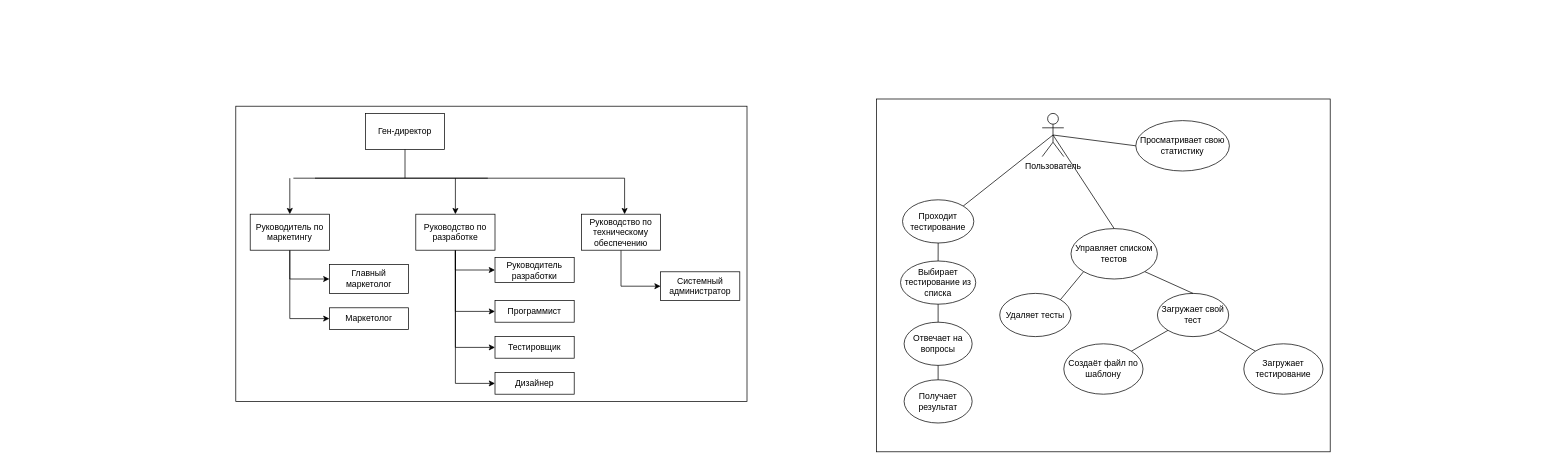
Before: Шумов В Отчёт/Диаграммы.drawio in VladKristoff/UP11, a draw.io diagram. Source tidied: cells renumbered, new cells numbered last; positions are measured from the earlier drawing's top-left corner, leaving out a move shared by most shapes. Both pictures are drawn from the tidied source at 72%, with x=0, y=0 at pixel (235, 99).
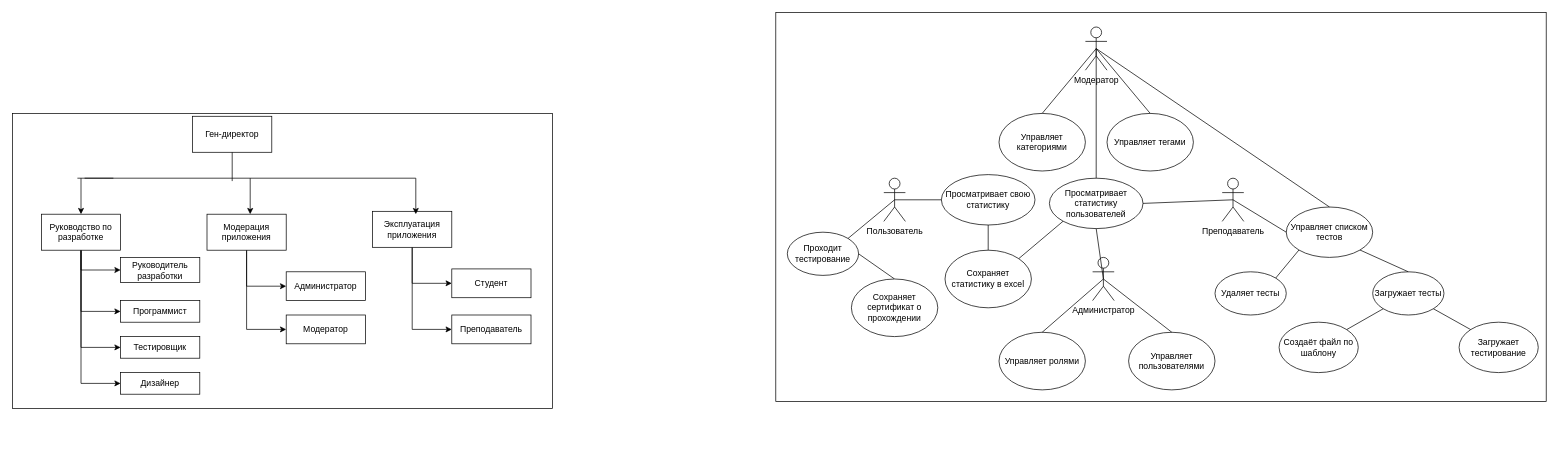
The same page after the edit.

The edit, as a diff of the source:
```diff
@@
-    <mxCell id="2" style="rounded=0;whiteSpace=wrap;html=1;" parent="1" vertex="1">
-      <mxGeometry x="890" width="630" height="490" as="geometry" />
-    </mxCell>
+    <mxCell id="49" style="rounded=0;whiteSpace=wrap;html=1;" parent="1" vertex="1">
+      <mxGeometry x="750" y="-120" width="1070" height="540" as="geometry" />
+    </mxCell>
     <mxCell id="3" style="rounded=0;whiteSpace=wrap;html=1;" parent="1" vertex="1">
-      <mxGeometry y="10" width="710" height="410" as="geometry" />
+      <mxGeometry x="-310" y="20" width="750" height="410" as="geometry" />
     </mxCell>
     <mxCell id="4" value="Ген-директор" style="html=1;whiteSpace=wrap;" parent="1" vertex="1">
-      <mxGeometry x="180" y="20" width="110" height="50" as="geometry" />
+      <mxGeometry x="-60" y="24" width="110" height="50" as="geometry" />
     </mxCell>
@@
     <mxCell id="9" value="Руководство по разработке" style="html=1;whiteSpace=wrap;" parent="1" vertex="1">
-      <mxGeometry x="250" y="160" width="110" height="50" as="geometry" />
+      <mxGeometry x="-270" y="160" width="110" height="50" as="geometry" />
     </mxCell>
     <mxCell id="10" value="Программист" style="html=1;whiteSpace=wrap;" parent="1" vertex="1">
-      <mxGeometry x="360" y="280" width="110" height="30" as="geometry" />
+      <mxGeometry x="-160" y="280" width="110" height="30" as="geometry" />
     </mxCell>
     <mxCell id="11" value="Дизайнер" style="html=1;whiteSpace=wrap;" parent="1" vertex="1">
-      <mxGeometry x="360" y="380" width="110" height="30" as="geometry" />
+      <mxGeometry x="-160" y="380" width="110" height="30" as="geometry" />
     </mxCell>
     <mxCell id="12" value="Тестировщик" style="html=1;whiteSpace=wrap;" parent="1" vertex="1">
-      <mxGeometry x="360" y="330" width="110" height="30" as="geometry" />
+      <mxGeometry x="-160" y="330" width="110" height="30" as="geometry" />
     </mxCell>
     <mxCell id="13" style="endArrow=none;html=1;rounded=0;entryX=0.5;entryY=1;entryDx=0;entryDy=0;" parent="1" edge="1" target="4">
       <mxGeometry relative="1" as="geometry">
-        <mxPoint x="235" y="110" as="sourcePoint" />
+        <mxPoint x="-5" y="114" as="sourcePoint" />
       </mxGeometry>
     </mxCell>
     <mxCell id="14" style="endArrow=none;html=1;rounded=0;" parent="1" edge="1">
       <mxGeometry relative="1" as="geometry">
-        <mxPoint x="110" y="110" as="sourcePoint" />
-        <mxPoint x="350" y="110" as="targetPoint" />
+        <mxPoint x="-210" y="110" as="sourcePoint" />
+        <mxPoint x="-170" y="110" as="targetPoint" />
       </mxGeometry>
     </mxCell>
     <mxCell id="15" style="endArrow=none;html=1;rounded=0;" parent="1" edge="1">
       <mxGeometry relative="1" as="geometry">
-        <mxPoint x="80" y="110" as="sourcePoint" />
-        <mxPoint x="540" y="110" as="targetPoint" />
+        <mxPoint x="-220" y="110" as="sourcePoint" />
+        <mxPoint x="250" y="110" as="targetPoint" />
       </mxGeometry>
     </mxCell>
     <mxCell id="16" style="endArrow=classic;html=1;rounded=0;entryX=0.5;entryY=0;entryDx=0;entryDy=0;" parent="1" edge="1" target="9">
       <mxGeometry relative="1" as="geometry">
-        <mxPoint x="305" y="110" as="sourcePoint" />
+        <mxPoint x="-215" y="110" as="sourcePoint" />
       </mxGeometry>
     </mxCell>
-    <mxCell id="17" style="edgeStyle=orthogonalEdgeStyle;rounded=0;jettySize=auto;html=1;entryX=0;entryY=0.5;entryDx=0;entryDy=0;" parent="1" edge="1" source="19" target="20">
-      <mxGeometry relative="1" as="geometry" />
-    </mxCell>
-    <mxCell id="18" style="edgeStyle=orthogonalEdgeStyle;rounded=0;jettySize=auto;html=1;entryX=0;entryY=0.5;entryDx=0;entryDy=0;" parent="1" edge="1" source="19" target="21">
-      <mxGeometry relative="1" as="geometry" />
-    </mxCell>
-    <mxCell id="19" value="Руководитель по маркетингу" style="html=1;whiteSpace=wrap;" parent="1" vertex="1">
-      <mxGeometry x="20" y="160" width="110" height="50" as="geometry" />
-    </mxCell>
-    <mxCell id="20" value="Главный маркетолог" style="html=1;whiteSpace=wrap;" parent="1" vertex="1">
-      <mxGeometry x="130" y="230" width="110" height="40" as="geometry" />
-    </mxCell>
-    <mxCell id="21" value="Маркетолог" style="html=1;whiteSpace=wrap;" parent="1" vertex="1">
-      <mxGeometry x="130" y="290" width="110" height="30" as="geometry" />
-    </mxCell>
-    <mxCell id="22" style="endArrow=classic;html=1;rounded=0;entryX=0.5;entryY=0;entryDx=0;entryDy=0;" parent="1" edge="1" target="19">
-      <mxGeometry relative="1" as="geometry">
-        <mxPoint x="75" y="110" as="sourcePoint" />
-      </mxGeometry>
-    </mxCell>
@@
+    <mxCell id="50" style="edgeStyle=orthogonalEdgeStyle;rounded=0;jettySize=auto;html=1;entryX=0;entryY=0.5;entryDx=0;entryDy=0;" parent="1" edge="1" source="24" target="72">
+      <mxGeometry relative="1" as="geometry" />
+    </mxCell>
-    <mxCell id="24" value="Руководство по техническому обеспечению" style="html=1;whiteSpace=wrap;" parent="1" vertex="1">
-      <mxGeometry x="480" y="160" width="110" height="50" as="geometry" />
+    <mxCell id="24" value="Модерация приложения" style="html=1;whiteSpace=wrap;" parent="1" vertex="1">
+      <mxGeometry x="-40" y="160" width="110" height="50" as="geometry" />
     </mxCell>
     <mxCell id="25" style="endArrow=classic;html=1;rounded=0;entryX=0.5;entryY=0;entryDx=0;entryDy=0;" parent="1" edge="1">
       <mxGeometry relative="1" as="geometry">
-        <mxPoint x="540" y="110" as="sourcePoint" />
-        <mxPoint x="540" y="160" as="targetPoint" />
+        <mxPoint x="20" y="110" as="sourcePoint" />
+        <mxPoint x="20" y="160" as="targetPoint" />
       </mxGeometry>
     </mxCell>
-    <mxCell id="26" value="Системный администратор" style="html=1;whiteSpace=wrap;" parent="1" vertex="1">
-      <mxGeometry x="590" y="240" width="110" height="40" as="geometry" />
+    <mxCell id="26" value="Администратор" style="html=1;whiteSpace=wrap;" parent="1" vertex="1">
+      <mxGeometry x="70" y="240" width="110" height="40" as="geometry" />
     </mxCell>
     <mxCell id="27" value="Пользователь" style="shape=umlActor;verticalLabelPosition=bottom;verticalAlign=top;html=1;outlineConnect=0;" parent="1" vertex="1">
-      <mxGeometry x="1120" y="20" width="30" height="60" as="geometry" />
+      <mxGeometry x="900" y="110" width="30" height="60" as="geometry" />
     </mxCell>
     <mxCell id="28" value="Проходит тестирование" style="ellipse;whiteSpace=wrap;html=1;" parent="1" vertex="1">
-      <mxGeometry x="926" y="140" width="99" height="60" as="geometry" />
+      <mxGeometry x="766" y="185" width="99" height="60" as="geometry" />
     </mxCell>
@@
-    <mxCell id="30" value="Выбирает тестирование из списка" style="ellipse;whiteSpace=wrap;html=1;" parent="1" vertex="1">
-      <mxGeometry x="923.2" y="225" width="104.5" height="60" as="geometry" />
-    </mxCell>
-    <mxCell id="31" style="endArrow=none;html=1;rounded=0;entryX=0.5;entryY=1;entryDx=0;entryDy=0;exitX=0.5;exitY=0;exitDx=0;exitDy=0;" parent="1" edge="1" source="30" target="28">
+    <mxCell id="31" style="endArrow=none;html=1;rounded=0;entryX=1;entryY=0.5;entryDx=0;entryDy=0;exitX=0.5;exitY=0;exitDx=0;exitDy=0;" parent="1" edge="1" source="51" target="28">
       <mxGeometry relative="1" as="geometry" />
     </mxCell>
-    <mxCell id="32" value="Отвечает на вопросы" style="ellipse;whiteSpace=wrap;html=1;" parent="1" vertex="1">
-      <mxGeometry x="928.2" y="310" width="94.5" height="60" as="geometry" />
-    </mxCell>
-    <mxCell id="33" style="endArrow=none;html=1;rounded=0;entryX=0.5;entryY=1;entryDx=0;entryDy=0;exitX=0.5;exitY=0;exitDx=0;exitDy=0;" parent="1" edge="1" source="32" target="30">
-      <mxGeometry relative="1" as="geometry" />
-    </mxCell>
-    <mxCell id="34" value="Получает результат" style="ellipse;whiteSpace=wrap;html=1;" parent="1" vertex="1">
-      <mxGeometry x="928.2" y="390" width="94.5" height="60" as="geometry" />
-    </mxCell>
-    <mxCell id="35" style="endArrow=none;html=1;rounded=0;exitX=0.5;exitY=1;exitDx=0;exitDy=0;entryX=0.5;entryY=0;entryDx=0;entryDy=0;" parent="1" edge="1" source="32" target="34">
-      <mxGeometry relative="1" as="geometry" />
-    </mxCell>
-    <mxCell id="36" value="Загружает свой тест" style="ellipse;whiteSpace=wrap;html=1;" parent="1" vertex="1">
-      <mxGeometry x="1280" y="270" width="99" height="60" as="geometry" />
+    <mxCell id="36" value="Загружает тесты" style="ellipse;whiteSpace=wrap;html=1;" parent="1" vertex="1">
+      <mxGeometry x="1579" y="240" width="99" height="60" as="geometry" />
     </mxCell>
     <mxCell id="37" value="Создаёт файл по шаблону" style="ellipse;whiteSpace=wrap;html=1;" parent="1" vertex="1">
-      <mxGeometry x="1150" y="340" width="110" height="70" as="geometry" />
+      <mxGeometry x="1449" y="310" width="110" height="70" as="geometry" />
     </mxCell>
@@
     <mxCell id="39" value="Загружает тестирование" style="ellipse;whiteSpace=wrap;html=1;" parent="1" vertex="1">
-      <mxGeometry x="1400" y="340" width="110" height="70" as="geometry" />
+      <mxGeometry x="1699" y="310" width="110" height="70" as="geometry" />
     </mxCell>
@@
     <mxCell id="41" value="Управляет списком тестов" style="ellipse;whiteSpace=wrap;html=1;" parent="1" vertex="1">
-      <mxGeometry x="1160" y="180" width="120" height="70" as="geometry" />
+      <mxGeometry x="1459" y="150" width="120" height="70" as="geometry" />
     </mxCell>
-    <mxCell id="42" style="endArrow=none;html=1;rounded=0;exitX=0.5;exitY=0;exitDx=0;exitDy=0;entryX=0.5;entryY=0.5;entryDx=0;entryDy=0;entryPerimeter=0;" parent="1" edge="1" source="41" target="27">
-      <mxGeometry relative="1" as="geometry" />
-    </mxCell>
     <mxCell id="43" value="Удаляет тесты" style="ellipse;whiteSpace=wrap;html=1;" parent="1" vertex="1">
-      <mxGeometry x="1061" y="270" width="99" height="60" as="geometry" />
+      <mxGeometry x="1360" y="240" width="99" height="60" as="geometry" />
     </mxCell>
@@
     <mxCell id="46" value="Просматривает свою статистику" style="ellipse;whiteSpace=wrap;html=1;" parent="1" vertex="1">
-      <mxGeometry x="1250" y="30" width="130" height="70" as="geometry" />
+      <mxGeometry x="980" y="105" width="130" height="70" as="geometry" />
     </mxCell>
@@
     <mxCell id="48" value="Руководитель разработки" style="html=1;whiteSpace=wrap;" parent="1" vertex="1">
-      <mxGeometry x="360" y="220" width="110" height="35" as="geometry" />
+      <mxGeometry x="-160" y="220" width="110" height="35" as="geometry" />
     </mxCell>
+    <mxCell id="51" value="Сохраняет сертификат о прохождении" style="ellipse;whiteSpace=wrap;html=1;" parent="1" vertex="1">
+      <mxGeometry x="855" y="250" width="120" height="80" as="geometry" />
+    </mxCell>
+    <mxCell id="52" value="Сохраняет статистику в excel" style="ellipse;whiteSpace=wrap;html=1;" parent="1" vertex="1">
+      <mxGeometry x="985" y="210" width="120" height="80" as="geometry" />
+    </mxCell>
+    <mxCell id="53" style="endArrow=none;html=1;rounded=0;entryX=0.5;entryY=1;entryDx=0;entryDy=0;exitX=0.5;exitY=0;exitDx=0;exitDy=0;" parent="1" edge="1" source="52" target="46">
+      <mxGeometry relative="1" as="geometry" />
+    </mxCell>
+    <mxCell id="54" value="Преподаватель" style="shape=umlActor;verticalLabelPosition=bottom;verticalAlign=top;html=1;outlineConnect=0;" parent="1" vertex="1">
+      <mxGeometry x="1370" y="110" width="30" height="60" as="geometry" />
+    </mxCell>
+    <mxCell id="55" style="endArrow=none;html=1;rounded=0;entryX=0.5;entryY=0.5;entryDx=0;entryDy=0;exitX=0;exitY=0.5;exitDx=0;exitDy=0;entryPerimeter=0;" parent="1" edge="1" source="41" target="54">
+      <mxGeometry relative="1" as="geometry" />
+    </mxCell>
+    <mxCell id="56" value="Просматривает статистику пользователей" style="ellipse;whiteSpace=wrap;html=1;" parent="1" vertex="1">
+      <mxGeometry x="1130" y="110" width="130" height="70" as="geometry" />
+    </mxCell>
+    <mxCell id="57" style="endArrow=none;html=1;rounded=0;entryX=0.5;entryY=0.5;entryDx=0;entryDy=0;exitX=1;exitY=0.5;exitDx=0;exitDy=0;entryPerimeter=0;" parent="1" edge="1" source="56" target="54">
+      <mxGeometry relative="1" as="geometry" />
+    </mxCell>
+    <mxCell id="58" value="Модератор" style="shape=umlActor;verticalLabelPosition=bottom;verticalAlign=top;html=1;outlineConnect=0;" parent="1" vertex="1">
+      <mxGeometry x="1180" y="-100" width="30" height="60" as="geometry" />
+    </mxCell>
+    <mxCell id="59" value="Управляет категориями" style="ellipse;whiteSpace=wrap;html=1;" parent="1" vertex="1">
+      <mxGeometry x="1060" y="20" width="120" height="80" as="geometry" />
+    </mxCell>
+    <mxCell id="60" style="endArrow=none;html=1;rounded=0;entryX=0.5;entryY=0;entryDx=0;entryDy=0;exitX=0.5;exitY=0.5;exitDx=0;exitDy=0;exitPerimeter=0;" parent="1" edge="1" source="58" target="59">
+      <mxGeometry relative="1" as="geometry" />
+    </mxCell>
+    <mxCell id="61" value="Управляет тегами" style="ellipse;whiteSpace=wrap;html=1;" parent="1" vertex="1">
+      <mxGeometry x="1210" y="20" width="120" height="80" as="geometry" />
+    </mxCell>
+    <mxCell id="62" style="endArrow=none;html=1;rounded=0;entryX=0.5;entryY=0;entryDx=0;entryDy=0;exitX=0.5;exitY=0.5;exitDx=0;exitDy=0;exitPerimeter=0;" parent="1" edge="1" source="58" target="61">
+      <mxGeometry relative="1" as="geometry" />
+    </mxCell>
+    <mxCell id="63" value="Администратор" style="shape=umlActor;verticalLabelPosition=bottom;verticalAlign=top;html=1;outlineConnect=0;" parent="1" vertex="1">
+      <mxGeometry x="1190" y="220" width="30" height="60" as="geometry" />
+    </mxCell>
+    <mxCell id="64" value="Управляет ролями" style="ellipse;whiteSpace=wrap;html=1;" parent="1" vertex="1">
+      <mxGeometry x="1060" y="324" width="120" height="80" as="geometry" />
+    </mxCell>
+    <mxCell id="65" value="Управляет пользователями" style="ellipse;whiteSpace=wrap;html=1;" parent="1" vertex="1">
+      <mxGeometry x="1240" y="324" width="120" height="80" as="geometry" />
+    </mxCell>
+    <mxCell id="66" style="endArrow=none;html=1;rounded=0;entryX=0.5;entryY=0;entryDx=0;entryDy=0;exitX=0.5;exitY=0.5;exitDx=0;exitDy=0;exitPerimeter=0;" parent="1" edge="1" source="63" target="64">
+      <mxGeometry relative="1" as="geometry" />
+    </mxCell>
+    <mxCell id="67" style="endArrow=none;html=1;rounded=0;entryX=0.5;entryY=0;entryDx=0;entryDy=0;exitX=0.5;exitY=0.5;exitDx=0;exitDy=0;exitPerimeter=0;" parent="1" edge="1" source="63" target="65">
+      <mxGeometry relative="1" as="geometry" />
+    </mxCell>
+    <mxCell id="68" style="endArrow=none;html=1;rounded=0;entryX=0.5;entryY=0;entryDx=0;entryDy=0;exitX=0.5;exitY=0.5;exitDx=0;exitDy=0;exitPerimeter=0;" parent="1" edge="1" source="58" target="56">
+      <mxGeometry relative="1" as="geometry" />
+    </mxCell>
+    <mxCell id="69" style="endArrow=none;html=1;rounded=0;entryX=0.5;entryY=0.5;entryDx=0;entryDy=0;exitX=0.5;exitY=1;exitDx=0;exitDy=0;entryPerimeter=0;" parent="1" edge="1" source="56" target="63">
+      <mxGeometry relative="1" as="geometry" />
+    </mxCell>
+    <mxCell id="70" style="endArrow=none;html=1;rounded=0;entryX=0.5;entryY=0;entryDx=0;entryDy=0;exitX=0.5;exitY=0.5;exitDx=0;exitDy=0;exitPerimeter=0;" parent="1" edge="1" source="58" target="41">
+      <mxGeometry relative="1" as="geometry" />
+    </mxCell>
+    <mxCell id="71" style="endArrow=none;html=1;rounded=0;entryX=0;entryY=1;entryDx=0;entryDy=0;exitX=1;exitY=0;exitDx=0;exitDy=0;" parent="1" edge="1" source="52" target="56">
+      <mxGeometry relative="1" as="geometry" />
+    </mxCell>
+    <mxCell id="72" value="Модератор" style="html=1;whiteSpace=wrap;" parent="1" vertex="1">
+      <mxGeometry x="70" y="300" width="110" height="40" as="geometry" />
+    </mxCell>
+    <mxCell id="73" style="edgeStyle=orthogonalEdgeStyle;rounded=0;jettySize=auto;html=1;entryX=0;entryY=0.5;entryDx=0;entryDy=0;" parent="1" edge="1" source="75" target="77">
+      <mxGeometry relative="1" as="geometry" />
+    </mxCell>
+    <mxCell id="74" style="edgeStyle=orthogonalEdgeStyle;rounded=0;jettySize=auto;html=1;entryX=0;entryY=0.5;entryDx=0;entryDy=0;" parent="1" edge="1" source="75" target="78">
+      <mxGeometry relative="1" as="geometry" />
+    </mxCell>
+    <mxCell id="75" value="Эксплуатация приложения" style="html=1;whiteSpace=wrap;" parent="1" vertex="1">
+      <mxGeometry x="190" y="156" width="110" height="50" as="geometry" />
+    </mxCell>
+    <mxCell id="76" style="endArrow=classic;html=1;rounded=0;entryX=0.5;entryY=0;entryDx=0;entryDy=0;" parent="1" edge="1">
+      <mxGeometry relative="1" as="geometry">
+        <mxPoint x="250" y="110" as="sourcePoint" />
+        <mxPoint x="250" y="160" as="targetPoint" />
+      </mxGeometry>
+    </mxCell>
+    <mxCell id="77" value="Студент" style="html=1;whiteSpace=wrap;" parent="1" vertex="1">
+      <mxGeometry x="300" y="236" width="110" height="40" as="geometry" />
+    </mxCell>
+    <mxCell id="78" value="Преподаватель" style="html=1;whiteSpace=wrap;" parent="1" vertex="1">
+      <mxGeometry x="300" y="300" width="110" height="40" as="geometry" />
+    </mxCell>
```
